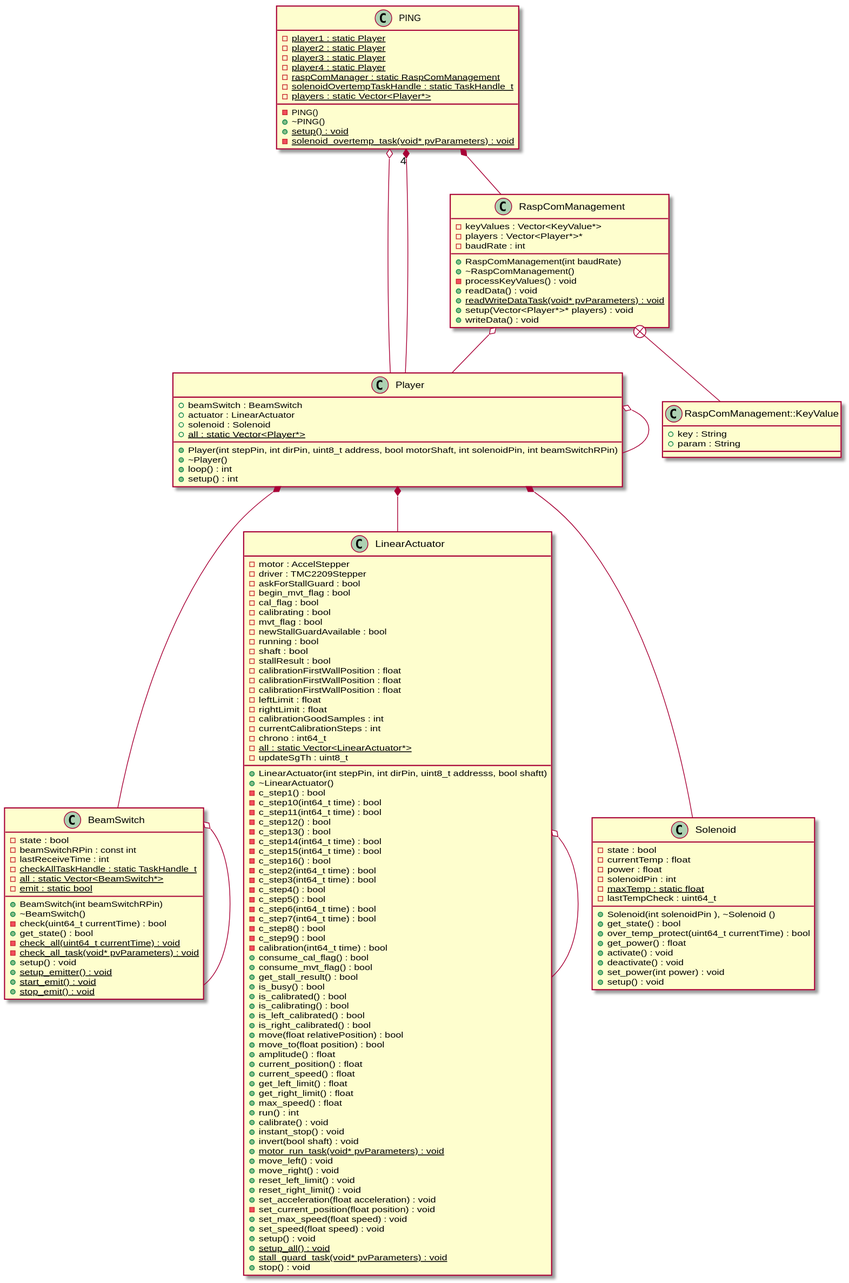
This is docs/esp32.svg from 2PING2/PING2, a PlantUML export, as it was before one commit.
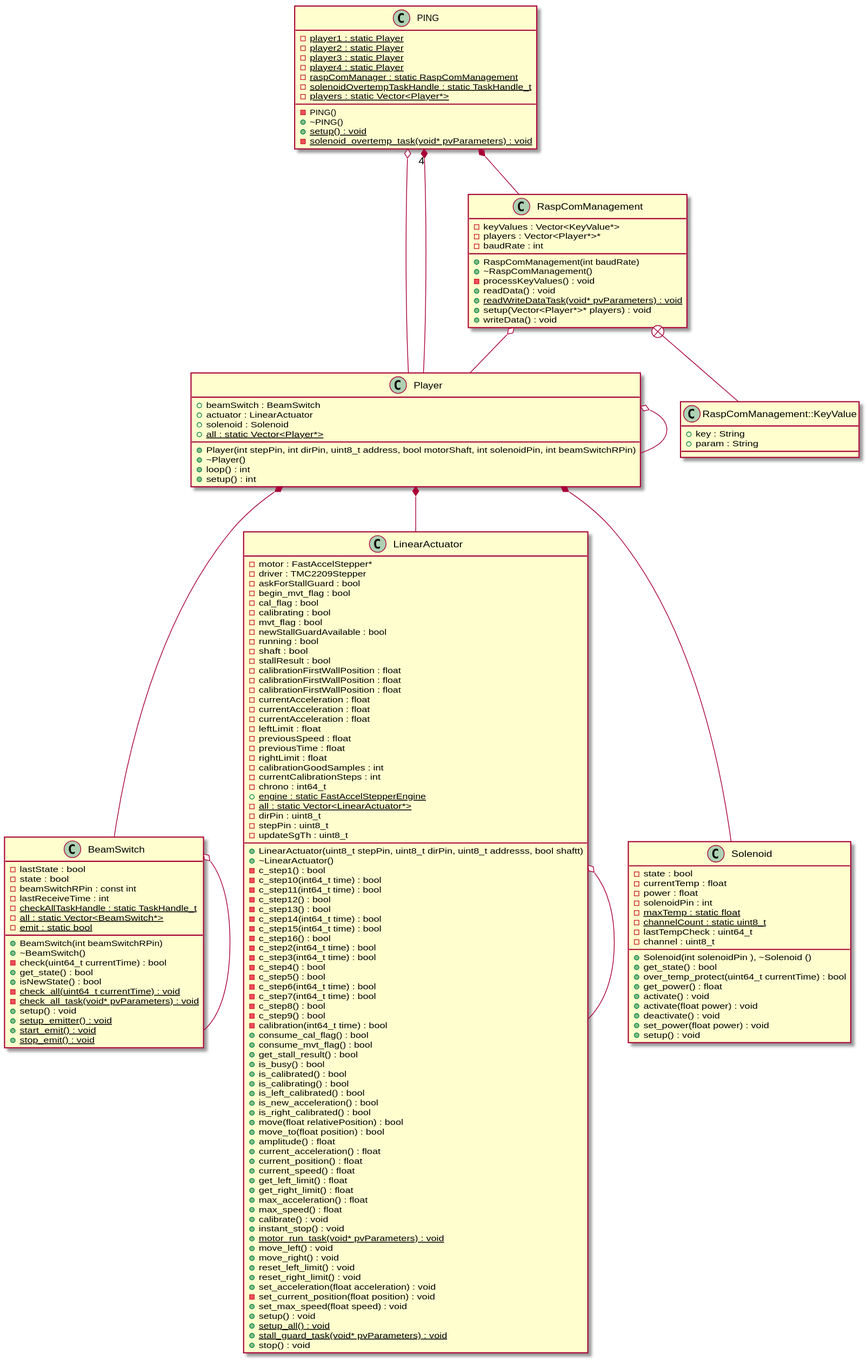
The same file after the commit.

Commit message:
Updated UML diagram

What changed in the source:
```diff
@@ -10,6 +10,8 @@
 	+~BeamSwitch()
 	-check(uint64_t currentTime) : bool
 	+get_state() : bool
+	+isNewState() : bool
+	-lastState : bool
 	-state : bool
 	-beamSwitchRPin : const int
 	-lastReceiveTime : int
@@ -26,9 +28,9 @@
 
 
 class LinearActuator {
-	+LinearActuator(int stepPin, int dirPin, uint8_t addresss, bool shaftt)
+	+LinearActuator(uint8_t stepPin, uint8_t dirPin, uint8_t addresss, bool shaftt)
 	+~LinearActuator()
-	-motor : AccelStepper
+	-motor : FastAccelStepper*
 	-driver : TMC2209Stepper
 	-askForStallGuard : bool
 	-begin_mvt_flag : bool
@@ -58,6 +60,7 @@
 	+is_calibrated() : bool
 	+is_calibrating() : bool
 	+is_left_calibrated() : bool
+	+is_new_acceleration() : bool
 	+is_right_calibrated() : bool
 	+move(float relativePosition) : bool
 	+move_to(float position) : bool
@@ -70,22 +73,30 @@
 	-calibrationFirstWallPosition : float
 	-calibrationFirstWallPosition : float
 	-calibrationFirstWallPosition : float
+	-currentAcceleration : float
+	-currentAcceleration : float
+	-currentAcceleration : float
+	+current_acceleration() : float
 	+current_position() : float
 	+current_speed() : float
 	+get_left_limit() : float
 	+get_right_limit() : float
 	-leftLimit : float
+	+max_acceleration() : float
 	+max_speed() : float
+	-previousSpeed : float
+	-previousTime : float
 	-rightLimit : float
 	-calibrationGoodSamples : int
 	-currentCalibrationSteps : int
-	+run() : int
 	-chrono : int64_t
+	+{static} engine : static FastAccelStepperEngine
 	-{static} all : static Vector<LinearActuator*>
+	-dirPin : uint8_t
+	-stepPin : uint8_t
 	-updateSgTh : uint8_t
 	+calibrate() : void
 	+instant_stop() : void
-	+invert(bool shaft) : void
 	+{static} motor_run_task(void* pvParameters) : void
 	+move_left() : void
 	+move_right() : void
@@ -94,7 +105,6 @@
 	+set_acceleration(float acceleration) : void
 	-set_current_position(float position) : void
 	+set_max_speed(float speed) : void
-	+set_speed(float speed) : void
 	+setup() : void
 	+{static} setup_all() : void
 	+{static} stall_guard_task(void* pvParameters) : void
@@ -153,10 +163,13 @@
 	-power : float
 	-solenoidPin : int
 	-{static} maxTemp : static float
+	-{static} channelCount : static uint8_t
 	-lastTempCheck : uint64_t
+	-channel : uint8_t
 	+activate() : void
+	+activate(float power) : void
 	+deactivate() : void
-	+set_power(int power) : void
+	+set_power(float power) : void
 	+setup() : void
 }
 
```
